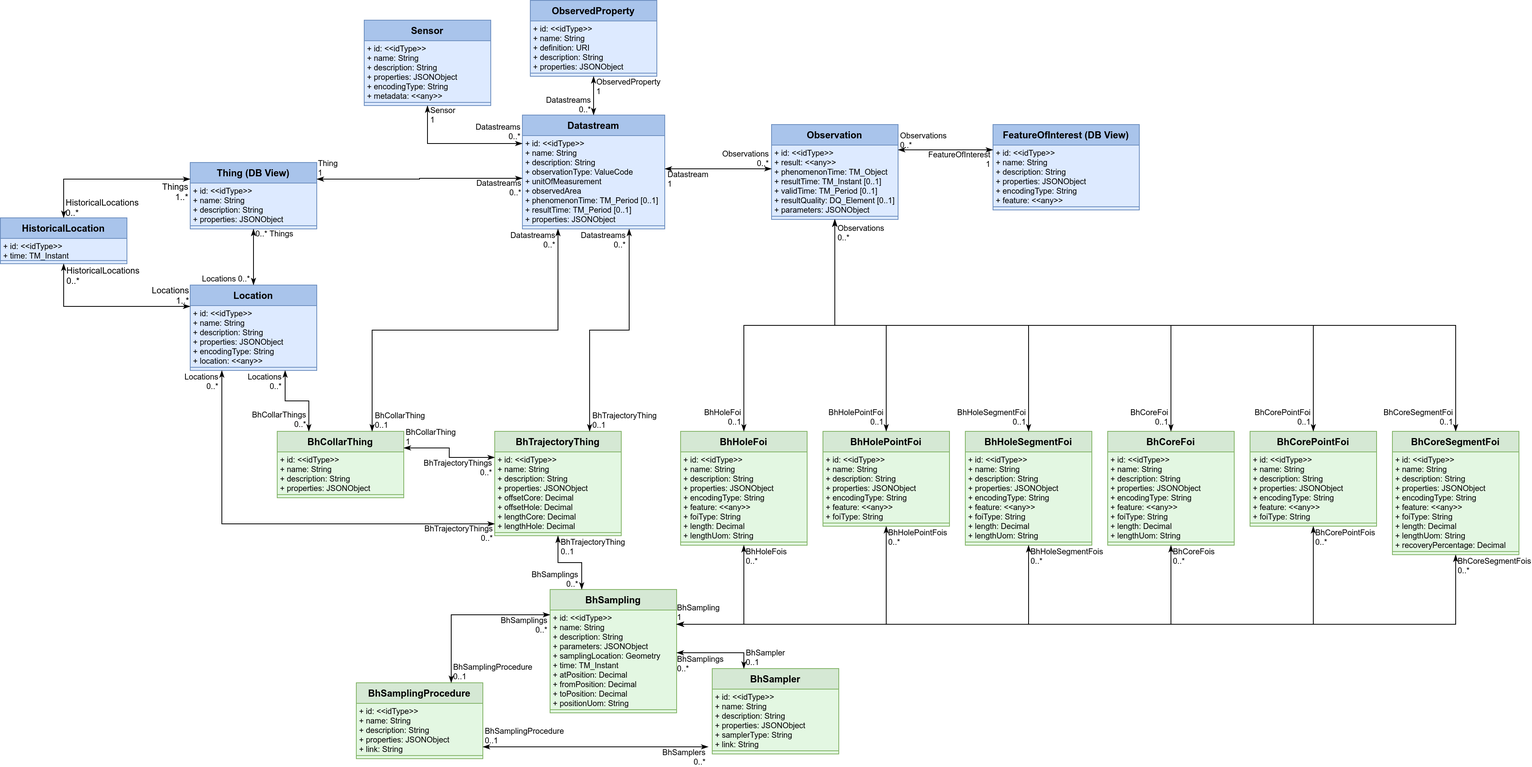
Above: Datamodel-SensorThingsApi-GeoTech.drawio.png in hylkevds/FROST-Server.Plugin.GeoTech (draw.io), before the change. Source tidied: cells renumbered, new cells last; positions are measured from the earlier drawing's top-left corner, leaving out a move shared by most shapes.
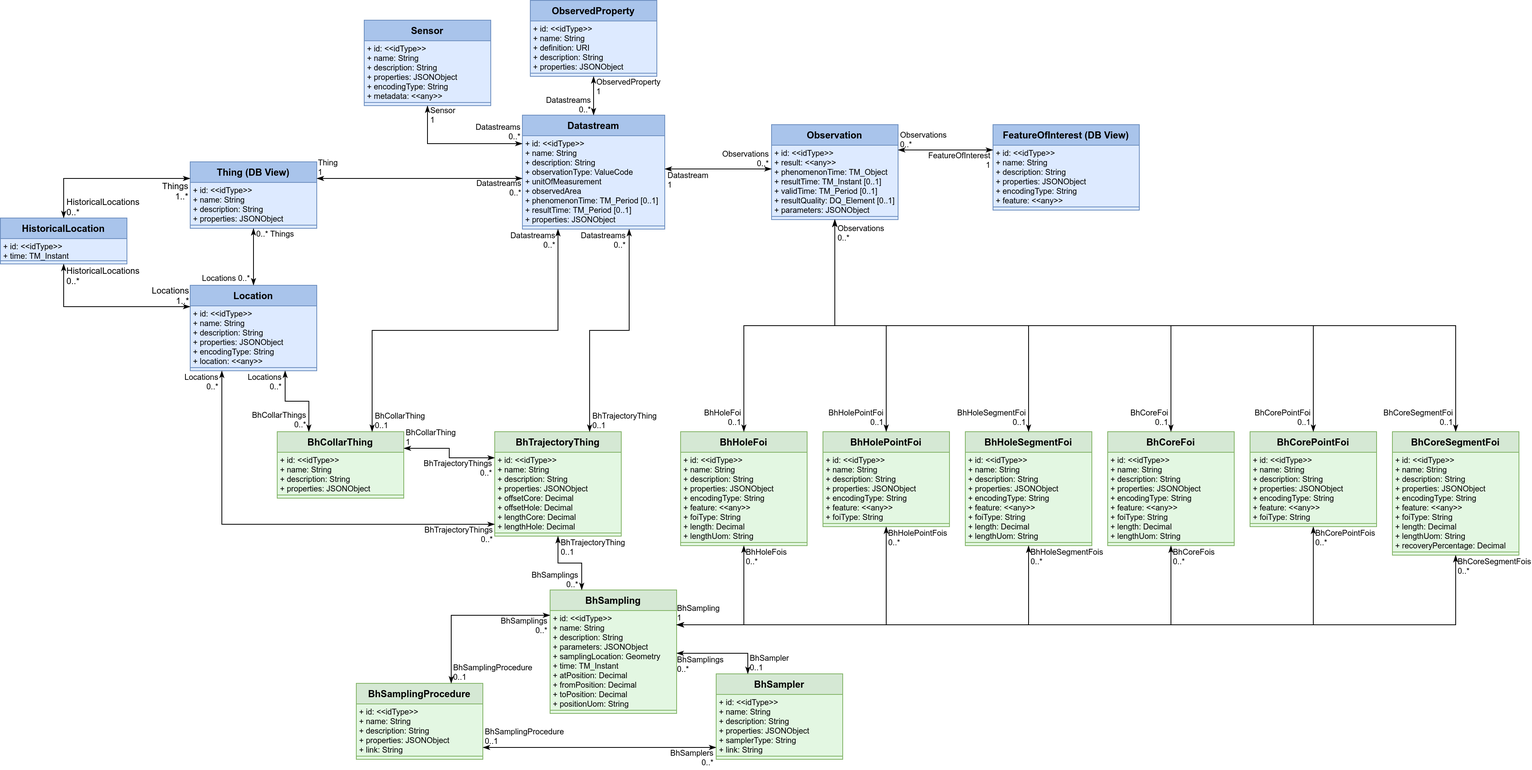
Above is the later version.

Commit message:
Slightly tuned diagram

What changed in the source:
```diff
@@ -3,7 +3,7 @@
     <mxCell id="0" />
     <mxCell id="1" parent="0" />
     <mxCell id="2" value="Thing (DB View)" style="swimlane;fontStyle=1;align=center;verticalAlign=top;horizontal=1;startSize=26;fillColor=#A9C4EB;strokeColor=#6c8ebf;swimlaneFillColor=#DDEAFF;" parent="1" vertex="1">
-      <mxGeometry x="240" y="205" width="160" height="84" as="geometry" />
+      <mxGeometry x="240" y="204" width="160" height="84" as="geometry" />
     </mxCell>
     <mxCell id="3" value="+ id: &lt;&lt;idType&gt;&gt;" style="text;strokeColor=none;fillColor=none;align=left;verticalAlign=top;spacingLeft=4;spacingRight=4;overflow=hidden;fontSize=10;spacing=0;" parent="2" vertex="1">
       <mxGeometry y="26" width="160" height="12" as="geometry" />
@@ -49,7 +49,7 @@
     </mxCell>
     <mxCell id="17" value="0..*&amp;nbsp;&lt;span style=&quot;background-color: initial;&quot;&gt;Things&lt;/span&gt;" style="edgeLabel;html=1;align=left;verticalAlign=top;fontSize=10;labelBackgroundColor=none;" parent="16" vertex="1">
       <mxGeometry x="-1" relative="1" as="geometry">
-        <mxPoint x="1" y="-6" as="offset" />
+        <mxPoint x="2" y="-5" as="offset" />
       </mxGeometry>
     </mxCell>
     <mxCell id="18" value="&lt;div&gt;Locations&amp;nbsp;&lt;span style=&quot;background-color: initial;&quot;&gt;0..*&lt;/span&gt;&lt;/div&gt;" style="edgeLabel;html=1;align=right;verticalAlign=bottom;fontSize=10;labelBackgroundColor=none;" parent="16" vertex="1">
@@ -92,7 +92,7 @@
     </mxCell>
     <mxCell id="28" value="&lt;div&gt;HistoricalLocations&lt;/div&gt;&lt;div&gt;0..*&lt;/div&gt;" style="edgeLabel;html=1;align=left;verticalAlign=bottom;labelBackgroundColor=none;" parent="26" vertex="1">
       <mxGeometry x="1" relative="1" as="geometry">
-        <mxPoint x="1" y="2" as="offset" />
+        <mxPoint x="2" y="2" as="offset" />
       </mxGeometry>
     </mxCell>
     <mxCell id="29" value="Datastream" style="swimlane;fontStyle=1;align=center;verticalAlign=top;horizontal=1;startSize=26;fillColor=#A9C4EB;strokeColor=#6c8ebf;swimlaneFillColor=#DDEAFF;" parent="1" vertex="1">
@@ -242,7 +242,7 @@
     </mxCell>
     <mxCell id="74" value="&lt;div&gt;Datastream&lt;/div&gt;&lt;div&gt;1&lt;br&gt;&lt;/div&gt;" style="edgeLabel;html=1;align=left;verticalAlign=top;labelBackgroundColor=none;fontSize=10;" parent="73" vertex="1">
       <mxGeometry x="-1" relative="1" as="geometry">
-        <mxPoint x="2" y="-5" as="offset" />
+        <mxPoint x="2" y="-4" as="offset" />
       </mxGeometry>
     </mxCell>
     <mxCell id="75" value="&lt;div&gt;Observations&lt;/div&gt;&lt;div&gt;0..*&lt;br&gt;&lt;/div&gt;" style="edgeLabel;html=1;align=right;verticalAlign=bottom;labelBackgroundColor=none;fontSize=10;horizontal=1;spacing=2;" parent="73" vertex="1">
@@ -279,12 +279,12 @@
     </mxCell>
     <mxCell id="85" value="&lt;div&gt;FeatureOfInterest&lt;/div&gt;&lt;div&gt;1&lt;br&gt;&lt;/div&gt;" style="edgeLabel;html=1;align=right;verticalAlign=top;labelBackgroundColor=none;fontSize=10;" parent="84" vertex="1">
       <mxGeometry x="-1" relative="1" as="geometry">
-        <mxPoint x="-3" y="-6" as="offset" />
+        <mxPoint x="-3" y="-5" as="offset" />
       </mxGeometry>
     </mxCell>
     <mxCell id="86" value="&lt;div&gt;Observations&lt;/div&gt;&lt;div&gt;0..*&lt;br&gt;&lt;/div&gt;" style="edgeLabel;html=1;align=left;verticalAlign=bottom;labelBackgroundColor=none;fontSize=10;horizontal=1;spacing=2;" parent="84" vertex="1">
       <mxGeometry x="1" relative="1" as="geometry">
-        <mxPoint x="1" y="2" as="offset" />
+        <mxPoint x="1" y="1" as="offset" />
       </mxGeometry>
     </mxCell>
     <mxCell id="87" value="BhCollarThing" style="swimlane;fontStyle=1;align=center;verticalAlign=top;horizontal=1;startSize=26;fillColor=#d5e8d4;strokeColor=#82b366;swimlaneFillColor=#E3F7E2;" parent="1" vertex="1">
@@ -432,7 +432,7 @@
       <mxGeometry y="88" width="160" height="8" as="geometry" />
     </mxCell>
     <mxCell id="131" value="BhSampler" style="swimlane;fontStyle=1;align=center;verticalAlign=top;horizontal=1;startSize=26;fillColor=#d5e8d4;strokeColor=#82b366;swimlaneFillColor=#E3F7E2;" parent="1" vertex="1">
-      <mxGeometry x="900" y="845" width="160" height="108" as="geometry" />
+      <mxGeometry x="905" y="851" width="160" height="108" as="geometry" />
     </mxCell>
     <mxCell id="132" value="+ id: &lt;&lt;idType&gt;&gt;" style="text;strokeColor=none;fillColor=none;align=left;verticalAlign=top;spacingLeft=4;spacingRight=4;overflow=hidden;fontSize=10;spacing=0;" parent="131" vertex="1">
       <mxGeometry y="26" width="160" height="12" as="geometry" />
@@ -455,10 +455,8 @@
     <mxCell id="138" style="line;strokeWidth=1;fillColor=#d5e8d4;align=left;verticalAlign=middle;spacingTop=-1;spacingLeft=3;spacingRight=3;labelPosition=right;strokeColor=#82b366;" parent="131" vertex="1">
       <mxGeometry y="100" width="160" height="8" as="geometry" />
     </mxCell>
-    <mxCell id="139" style="endArrow=classicThin;html=1;edgeStyle=orthogonalEdgeStyle;rounded=0;fontSize=10;startArrow=classicThin;startFill=1;endFill=1;exitX=1;exitY=0.5;exitDx=0;exitDy=0;entryX=0;entryY=0.5;entryDx=0;entryDy=0;" parent="1" edge="1" source="129">
-      <mxGeometry relative="1" as="geometry">
-        <mxPoint x="895" y="944" as="targetPoint" />
-      </mxGeometry>
+    <mxCell id="139" style="endArrow=classicThin;html=1;edgeStyle=orthogonalEdgeStyle;rounded=0;fontSize=10;startArrow=classicThin;startFill=1;endFill=1;exitX=1;exitY=0.5;exitDx=0;exitDy=0;entryX=0;entryY=0.5;entryDx=0;entryDy=0;" parent="1" edge="1" source="129" target="137">
+      <mxGeometry relative="1" as="geometry" />
     </mxCell>
     <mxCell id="140" value="&lt;div&gt;&lt;span title=&quot;.BhSamplingProcedure&quot; class=&quot;prop&quot;&gt;&lt;span class=&quot;q&quot;&gt;&lt;/span&gt;BhSamplingProcedure&lt;span class=&quot;q&quot;&gt;&lt;/span&gt;&lt;/span&gt;&lt;br&gt;&lt;/div&gt;&lt;div&gt;0..1&lt;br&gt;&lt;/div&gt;" style="edgeLabel;html=1;align=left;verticalAlign=bottom;labelBackgroundColor=none;fontSize=10;spacing=2;spacingRight=4;" parent="139" vertex="1">
       <mxGeometry x="-1" relative="1" as="geometry">
@@ -514,7 +512,7 @@
     </mxCell>
     <mxCell id="152" value="&lt;span style=&quot;background-color: initial;&quot;&gt;BhTrajectoryThings&lt;br&gt;&lt;/span&gt;0..*&lt;span style=&quot;background-color: initial;&quot;&gt;&lt;br&gt;&lt;/span&gt;" style="edgeLabel;html=1;align=right;verticalAlign=top;fontSize=10;labelBackgroundColor=none;" parent="151" vertex="1">
       <mxGeometry x="-1" relative="1" as="geometry">
-        <mxPoint x="-2" y="-6" as="offset" />
+        <mxPoint x="-2" y="-5" as="offset" />
       </mxGeometry>
     </mxCell>
     <mxCell id="153" value="&lt;div&gt;Locations&lt;/div&gt;&lt;div&gt;&lt;span style=&quot;background-color: initial;&quot;&gt;0..*&lt;/span&gt;&lt;/div&gt;" style="edgeLabel;html=1;align=right;verticalAlign=top;fontSize=10;labelBackgroundColor=none;" parent="151" vertex="1">
```
